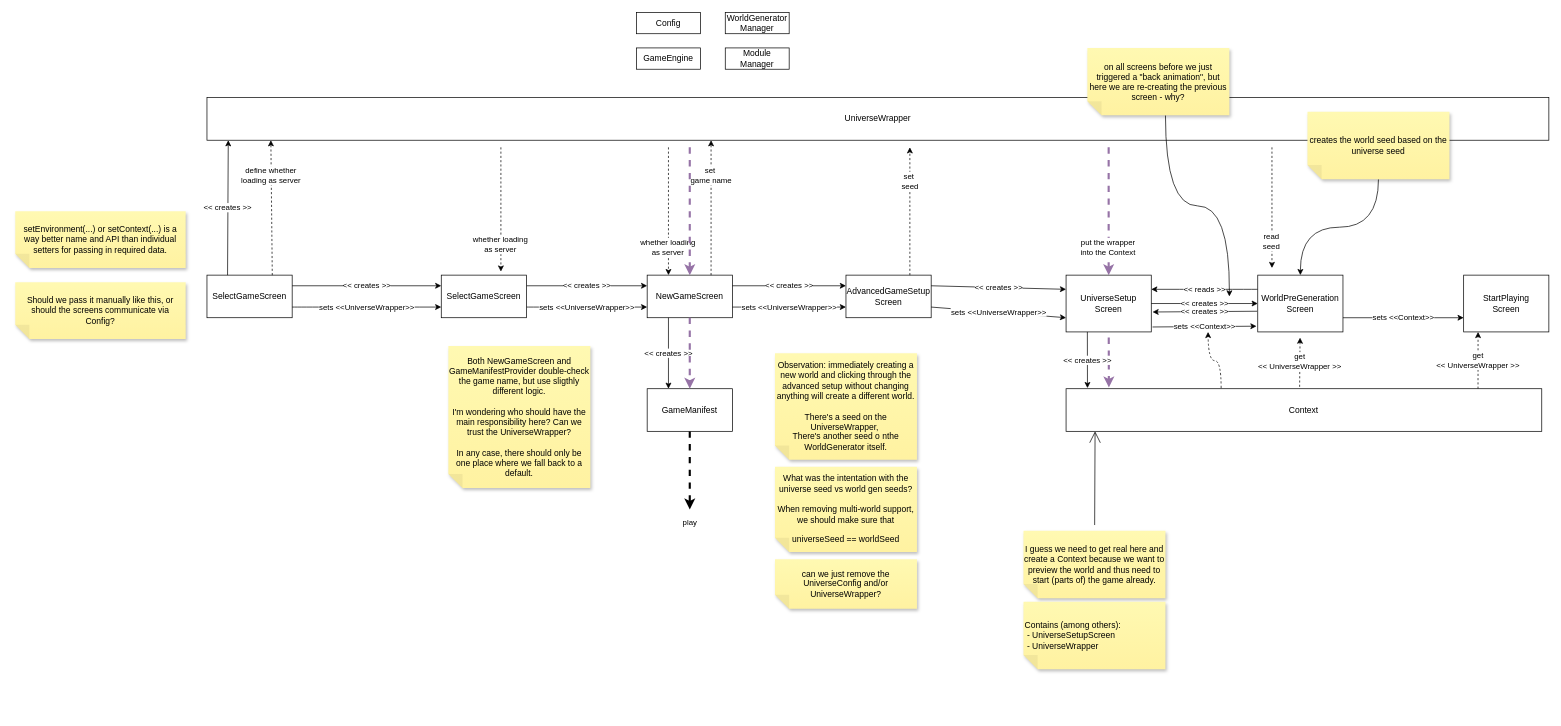
The draw.io diagram docs/flow-create-game.drawio in MovingBlocks/Terasology, before the edit. Source tidied: cells renumbered, new cells numbered last; positions are measured from the earlier drawing's top-left corner, leaving out a move shared by most shapes. Both pictures are drawn from the tidied source at 71%, with x=0, y=0 at pixel (15, 12).
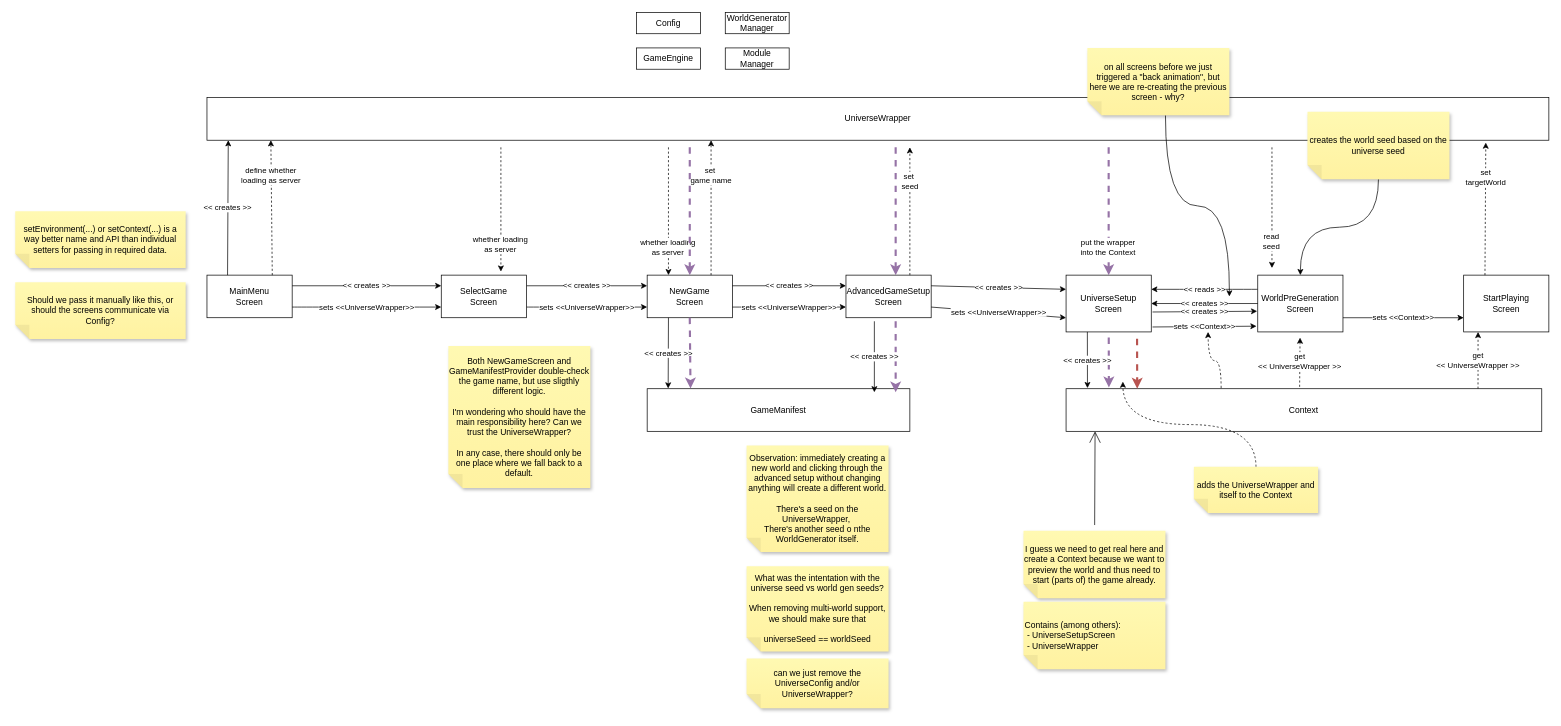
The same diagram, later.

The change refers to these unchanged cells:
```xml
<mxCell id="6" value="UniverseWrapper" style="rounded=0;whiteSpace=wrap;html=1;" parent="1" vertex="1">
  <mxGeometry x="270" y="120" width="1890" height="60" as="geometry" />
</mxCell>
<mxCell id="31" value="UniverseSetup&lt;br&gt;Screen" style="rounded=0;whiteSpace=wrap;html=1;" parent="1" vertex="1">
  <mxGeometry x="1480" y="370" width="120" height="80" as="geometry" />
</mxCell>
<mxCell id="47" value="WorldPreGeneration&lt;br&gt;Screen" style="rounded=0;whiteSpace=wrap;html=1;" parent="1" vertex="1">
  <mxGeometry x="1750" y="370" width="120" height="80" as="geometry" />
</mxCell>
<mxCell id="56" value="StartPlaying&lt;br&gt;Screen" style="rounded=0;whiteSpace=wrap;html=1;" parent="1" vertex="1">
  <mxGeometry x="2040" y="370" width="120" height="80" as="geometry" />
</mxCell>
```

What changed in the source:
```diff
@@
-    <mxCell id="4" value="SelectGameScreen" style="rounded=0;whiteSpace=wrap;html=1;" parent="1" vertex="1">
+    <mxCell id="4" value="SelectGame&lt;br&gt;Screen" style="rounded=0;whiteSpace=wrap;html=1;" parent="1" vertex="1">
       <mxGeometry x="600" y="370" width="120" height="60" as="geometry" />
     </mxCell>
-    <mxCell id="5" value="NewGameScreen" style="rounded=0;whiteSpace=wrap;html=1;" parent="1" vertex="1">
+    <mxCell id="5" value="NewGame&lt;br&gt;Screen" style="rounded=0;whiteSpace=wrap;html=1;" parent="1" vertex="1">
       <mxGeometry x="890" y="370" width="120" height="60" as="geometry" />
     </mxCell>
@@
-    <mxCell id="7" value="SelectGameScreen" style="rounded=0;whiteSpace=wrap;html=1;" parent="1" vertex="1">
+    <mxCell id="7" value="MainMenu&lt;br&gt;Screen" style="rounded=0;whiteSpace=wrap;html=1;" parent="1" vertex="1">
       <mxGeometry x="270" y="370" width="120" height="60" as="geometry" />
     </mxCell>
@@
-    <mxCell id="20" value="play" style="edgeStyle=none;rounded=0;jettySize=auto;html=1;exitX=0.5;exitY=1;exitDx=0;exitDy=0;dashed=1;strokeWidth=3;endArrow=classic;endFill=1;sourcePerimeterSpacing=8;targetPerimeterSpacing=8;" parent="1" edge="1" source="21">
-      <mxGeometry x="1" y="20" relative="1" as="geometry">
-        <mxPoint x="950" y="700" as="targetPoint" />
-        <mxPoint x="-20" y="19" as="offset" />
-      </mxGeometry>
-    </mxCell>
     <mxCell id="21" value="GameManifest" style="rounded=0;whiteSpace=wrap;html=1;" parent="1" vertex="1">
-      <mxGeometry x="890" y="530" width="120" height="60" as="geometry" />
+      <mxGeometry x="890" y="530" width="370" height="60" as="geometry" />
     </mxCell>
@@
-    <mxCell id="23" value="&amp;lt;&amp;lt; creates &amp;gt;&amp;gt;" style="edgeStyle=none;html=1;exitX=0.25;exitY=1;exitDx=0;exitDy=0;entryX=0.25;entryY=0;entryDx=0;entryDy=0;" parent="1" edge="1" source="5" target="21">
+    <mxCell id="23" value="&amp;lt;&amp;lt; creates &amp;gt;&amp;gt;" style="edgeStyle=none;html=1;exitX=0.25;exitY=1;exitDx=0;exitDy=0;entryX=0.08;entryY=-0.007;entryDx=0;entryDy=0;entryPerimeter=0;" parent="1" edge="1" source="5" target="21">
       <mxGeometry relative="1" as="geometry" />
     </mxCell>
@@
     <mxCell id="27" value="Observation: immediately creating a new world and clicking through the advanced setup without changing anything will create a different world.&lt;br&gt;&lt;br&gt;There's a seed on the UniverseWrapper,&amp;nbsp;&lt;br&gt;There's another seed o nthe WorldGenerator itself." style="shape=note;whiteSpace=wrap;html=1;backgroundOutline=1;fontColor=#000000;darkOpacity=0.05;fillColor=#FFF9B2;strokeColor=none;fillStyle=solid;direction=west;gradientDirection=north;gradientColor=#FFF2A1;shadow=1;size=20;" parent="1" vertex="1">
-      <mxGeometry x="1070" y="480" width="200" height="150" as="geometry" />
+      <mxGeometry x="1030" y="610" width="200" height="150" as="geometry" />
     </mxCell>
     <mxCell id="28" value="What was the intentation with the universe seed vs world gen seeds?&lt;br&gt;&lt;br&gt;When removing multi-world support, we should make sure that&lt;br&gt;&lt;br&gt;universeSeed == worldSeed" style="shape=note;whiteSpace=wrap;html=1;backgroundOutline=1;fontColor=#000000;darkOpacity=0.05;fillColor=#FFF9B2;strokeColor=none;fillStyle=solid;direction=west;gradientDirection=north;gradientColor=#FFF2A1;shadow=1;size=20;" parent="1" vertex="1">
-      <mxGeometry x="1070" y="640" width="200" height="120" as="geometry" />
+      <mxGeometry x="1030" y="780" width="200" height="120" as="geometry" />
     </mxCell>
     <mxCell id="29" value="can we just remove the UniverseConfig and/or UniverseWrapper?" style="shape=note;whiteSpace=wrap;html=1;backgroundOutline=1;fontColor=#000000;darkOpacity=0.05;fillColor=#FFF9B2;strokeColor=none;fillStyle=solid;direction=west;gradientDirection=north;gradientColor=#FFF2A1;shadow=1;size=20;" parent="1" vertex="1">
-      <mxGeometry x="1070" y="770" width="200" height="70" as="geometry" />
+      <mxGeometry x="1030" y="910" width="200" height="70" as="geometry" />
     </mxCell>
@@
-    <mxCell id="45" style="edgeStyle=none;rounded=0;jettySize=auto;html=1;dashed=1;strokeWidth=3;endArrow=classic;endFill=1;sourcePerimeterSpacing=8;targetPerimeterSpacing=8;exitX=0.5;exitY=1;exitDx=0;exitDy=0;entryX=0.5;entryY=0;entryDx=0;entryDy=0;fillColor=#e1d5e7;strokeColor=#9673a6;" parent="1" edge="1" source="5" target="21">
+    <mxCell id="45" style="edgeStyle=none;rounded=0;jettySize=auto;html=1;dashed=1;strokeWidth=3;endArrow=classic;endFill=1;sourcePerimeterSpacing=8;targetPerimeterSpacing=8;exitX=0.5;exitY=1;exitDx=0;exitDy=0;entryX=0.165;entryY=-0.007;entryDx=0;entryDy=0;fillColor=#e1d5e7;strokeColor=#9673a6;entryPerimeter=0;" parent="1" edge="1" source="5" target="21">
       <mxGeometry relative="1" as="geometry" />
     </mxCell>
@@
-    <mxCell id="49" value="&amp;lt;&amp;lt; creates &amp;gt;&amp;gt;" style="edgeStyle=none;html=1;exitX=1;exitY=0.5;exitDx=0;exitDy=0;entryX=0;entryY=0.5;entryDx=0;entryDy=0;" parent="1" edge="1" source="31" target="47">
+    <mxCell id="49" value="&amp;lt;&amp;lt; creates &amp;gt;&amp;gt;" style="edgeStyle=none;html=1;exitX=1;exitY=0.5;exitDx=0;exitDy=0;entryX=0;entryY=0.5;entryDx=0;entryDy=0;endArrow=none;endFill=0;startArrow=classic;startFill=1;" parent="1" edge="1" source="31" target="47">
       <mxGeometry relative="1" as="geometry" />
     </mxCell>
-    <mxCell id="50" value="&amp;lt;&amp;lt; creates &amp;gt;&amp;gt;" style="edgeStyle=none;html=1;exitX=-0.007;exitY=0.636;exitDx=0;exitDy=0;entryX=1.015;entryY=0.649;entryDx=0;entryDy=0;entryPerimeter=0;exitPerimeter=0;" parent="1" edge="1" source="47" target="31">
+    <mxCell id="50" value="&amp;lt;&amp;lt; creates &amp;gt;&amp;gt;" style="edgeStyle=none;html=1;exitX=-0.007;exitY=0.636;exitDx=0;exitDy=0;entryX=1.015;entryY=0.649;entryDx=0;entryDy=0;entryPerimeter=0;exitPerimeter=0;startArrow=classic;startFill=1;endArrow=none;endFill=0;" parent="1" edge="1" source="47" target="31">
       <mxGeometry relative="1" as="geometry" />
     </mxCell>
@@
+    <mxCell id="59" value="set&lt;br&gt;targetWorld" style="html=1;dashed=1;exitX=0.25;exitY=0;exitDx=0;exitDy=0;entryX=0.953;entryY=1.056;entryDx=0;entryDy=0;entryPerimeter=0;" parent="1" edge="1" source="56" target="6">
+      <mxGeometry x="0.47" relative="1" as="geometry" />
+    </mxCell>
+    <mxCell id="60" style="edgeStyle=none;rounded=0;orthogonalLoop=1;jettySize=auto;html=1;dashed=1;strokeWidth=3;endArrow=classic;endFill=1;sourcePerimeterSpacing=8;targetPerimeterSpacing=8;fillColor=#f8cecc;strokeColor=#b85450;entryX=0.09;entryY=-0.029;entryDx=0;entryDy=0;entryPerimeter=0;" parent="1" edge="1">
+      <mxGeometry relative="1" as="geometry">
+        <mxPoint x="1580" y="459.7" as="sourcePoint" />
+        <mxPoint x="1580.2" y="530" as="targetPoint" />
+      </mxGeometry>
+    </mxCell>
+    <mxCell id="61" style="edgeStyle=orthogonalEdgeStyle;rounded=0;jettySize=auto;html=1;exitX=0.5;exitY=1;exitDx=0;exitDy=0;exitPerimeter=0;dashed=1;strokeWidth=1;startArrow=none;startFill=0;endArrow=classic;endFill=1;sourcePerimeterSpacing=8;targetPerimeterSpacing=8;curved=1;" parent="1" edge="1" source="62">
+      <mxGeometry relative="1" as="geometry">
+        <mxPoint x="1560" y="520" as="targetPoint" />
+      </mxGeometry>
+    </mxCell>
+    <mxCell id="62" value="adds the UniverseWrapper and itself to the Context" style="shape=note;whiteSpace=wrap;html=1;backgroundOutline=1;fontColor=#000000;darkOpacity=0.05;fillColor=#FFF9B2;strokeColor=none;fillStyle=solid;direction=west;gradientDirection=north;gradientColor=#FFF2A1;shadow=1;size=20;" parent="1" vertex="1">
+      <mxGeometry x="1660" y="640" width="175" height="65" as="geometry" />
+    </mxCell>
+    <mxCell id="63" style="edgeStyle=none;rounded=0;orthogonalLoop=1;jettySize=auto;html=1;dashed=1;strokeWidth=3;endArrow=classic;endFill=1;sourcePerimeterSpacing=8;targetPerimeterSpacing=8;exitX=0.5;exitY=1;exitDx=0;exitDy=0;entryX=0.5;entryY=0;entryDx=0;entryDy=0;fillColor=#e1d5e7;strokeColor=#9673a6;" parent="1" edge="1">
+      <mxGeometry relative="1" as="geometry">
+        <mxPoint x="1240" y="435" as="sourcePoint" />
+        <mxPoint x="1240" y="535" as="targetPoint" />
+      </mxGeometry>
+    </mxCell>
+    <mxCell id="64" value="&amp;lt;&amp;lt; creates &amp;gt;&amp;gt;" style="edgeStyle=none;html=1;exitX=0.25;exitY=1;exitDx=0;exitDy=0;entryX=0.25;entryY=0;entryDx=0;entryDy=0;" parent="1" edge="1">
+      <mxGeometry relative="1" as="geometry">
+        <mxPoint x="1210" y="435" as="sourcePoint" />
+        <mxPoint x="1210" y="535" as="targetPoint" />
+      </mxGeometry>
+    </mxCell>
+    <mxCell id="65" style="html=1;entryX=0.5;entryY=0;entryDx=0;entryDy=0;dashed=1;fillColor=#e1d5e7;strokeColor=#9673a6;strokeWidth=3;" parent="1" edge="1">
+      <mxGeometry x="1" y="108" relative="1" as="geometry">
+        <mxPoint x="1240" y="190" as="sourcePoint" />
+        <mxPoint x="1240" y="370" as="targetPoint" />
+        <mxPoint x="-68" y="99" as="offset" />
+      </mxGeometry>
+    </mxCell>
```
